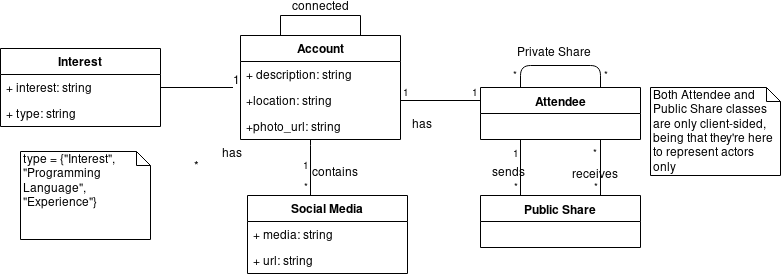
Above: assets/domain-model.png in softeng-feup/open-cx-heapsdontlie (draw.io), before the change. Source tidied: cells renumbered, new cells last; positions are measured from the earlier drawing's top-left corner, leaving out a move shared by most shapes.
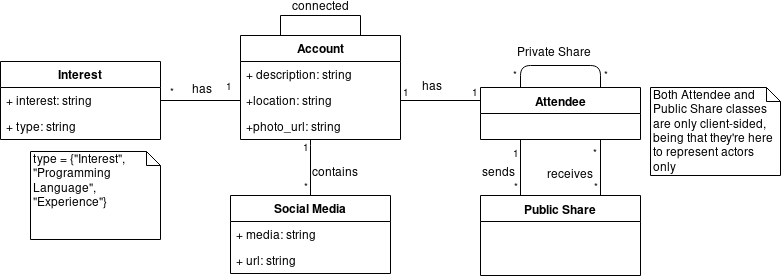
Above is the later version.

Diff of the diagram source:
```diff
@@ -3,7 +3,7 @@
     <mxCell id="0" />
     <mxCell id="1" parent="0" />
     <mxCell id="2" value="Public Share" style="swimlane;fontStyle=1;align=center;verticalAlign=top;horizontal=1;startSize=26;" parent="1" vertex="1">
-      <mxGeometry x="480" y="180" width="160" height="52" as="geometry" />
+      <mxGeometry x="480" y="180" width="160" height="80" as="geometry" />
     </mxCell>
     <mxCell id="3" style="endArrow=none;html=1;edgeStyle=orthogonalEdgeStyle;exitX=0.25;exitY=1;exitDx=0;exitDy=0;entryX=0.25;entryY=0;entryDx=0;entryDy=0;" parent="1" edge="1" source="8" target="2">
       <mxGeometry relative="1" as="geometry" />
@@ -17,7 +17,7 @@
       <mxGeometry x="1" relative="1" as="geometry" />
     </mxCell>
     <mxCell id="6" value="sends" style="text;html=1;align=left;verticalAlign=top;spacingTop=-4;" parent="1" vertex="1">
-      <mxGeometry x="490" y="148" width="50" height="20" as="geometry" />
+      <mxGeometry x="480" y="148" width="50" height="20" as="geometry" />
     </mxCell>
     <mxCell id="7" value="Private Share" style="text;html=1;align=left;verticalAlign=top;spacingTop=-4;" parent="1" vertex="1">
       <mxGeometry x="515" y="28" width="90" height="20" as="geometry" />
@@ -35,7 +35,7 @@
       <mxGeometry x="1" relative="1" as="geometry" />
     </mxCell>
     <mxCell id="12" value="has" style="text;html=1;align=left;verticalAlign=top;spacingTop=-4;" parent="1" vertex="1">
-      <mxGeometry x="410" y="100" width="40" height="20" as="geometry" />
+      <mxGeometry x="420" y="62" width="40" height="20" as="geometry" />
     </mxCell>
     <mxCell id="13" style="endArrow=none;html=1;edgeStyle=orthogonalEdgeStyle;exitX=0.5;exitY=1;exitDx=0;exitDy=0;entryX=0.5;entryY=0;entryDx=0;entryDy=0;" parent="1" edge="1">
       <mxGeometry relative="1" as="geometry">
@@ -45,7 +45,7 @@
     </mxCell>
     <mxCell id="14" value="&lt;div&gt;1&lt;/div&gt;" style="html=1;align=left;verticalAlign=bottom;labelBackgroundColor=#ffffff;fontSize=10;" parent="13" vertex="1">
       <mxGeometry x="-1" relative="1" as="geometry">
-        <mxPoint x="-10" y="22" as="offset" />
+        <mxPoint x="-10" y="4" as="offset" />
       </mxGeometry>
     </mxCell>
     <mxCell id="15" value="&lt;div&gt;*&lt;/div&gt;" style="html=1;align=right;verticalAlign=bottom;labelBackgroundColor=#ffffff;fontSize=10;" parent="13" vertex="1">
@@ -86,7 +86,7 @@
       </mxGeometry>
     </mxCell>
     <mxCell id="23" value="&lt;div&gt;receives&lt;/div&gt;" style="text;html=1;align=left;verticalAlign=top;spacingTop=-4;" parent="1" vertex="1">
-      <mxGeometry x="570" y="150" width="60" height="20" as="geometry" />
+      <mxGeometry x="545" y="150" width="60" height="20" as="geometry" />
     </mxCell>
     <mxCell id="24" style="edgeStyle=orthogonalEdgeStyle;rounded=0;jettySize=auto;html=1;entryX=0.5;entryY=1;entryDx=0;entryDy=0;endArrow=none;endFill=0;" parent="1" edge="1" source="25" target="30">
       <mxGeometry relative="1" as="geometry">
@@ -97,7 +97,7 @@
       </mxGeometry>
     </mxCell>
     <mxCell id="25" value="Social Media" style="swimlane;fontStyle=1;horizontal=1;startSize=26;fillColor=none;" parent="1" vertex="1">
-      <mxGeometry x="247" y="180" width="160" height="78" as="geometry" />
+      <mxGeometry x="230" y="180" width="160" height="78" as="geometry" />
     </mxCell>
     <mxCell id="26" value="+ media: string" style="text;strokeColor=none;fillColor=none;align=left;verticalAlign=top;spacingLeft=4;spacingRight=4;overflow=hidden;" parent="25" vertex="1">
       <mxGeometry y="26" width="160" height="26" as="geometry" />
@@ -105,14 +105,14 @@
     <mxCell id="27" value="+ url: string&#10;" style="text;strokeColor=none;fillColor=none;align=left;verticalAlign=top;spacingLeft=4;spacingRight=4;overflow=hidden;" parent="25" vertex="1">
       <mxGeometry y="52" width="160" height="26" as="geometry" />
     </mxCell>
-    <mxCell id="28" style="edgeStyle=orthogonalEdgeStyle;rounded=0;jettySize=auto;html=1;endArrow=none;endFill=0;" parent="1" edge="1" source="30" target="34">
-      <mxGeometry relative="1" as="geometry" />
+    <mxCell id="28" style="edgeStyle=orthogonalEdgeStyle;rounded=0;jettySize=auto;html=1;endArrow=none;endFill=0;exitX=0;exitY=0.5;exitDx=0;exitDy=0;" parent="1" edge="1" source="32" target="34">
+      <mxGeometry relative="1" as="geometry">
+        <Array as="points">
+          <mxPoint x="240" y="85" />
+          <mxPoint x="240" y="85" />
+        </Array>
+      </mxGeometry>
     </mxCell>
-    <mxCell id="29" value="&lt;div&gt;1&lt;/div&gt;&lt;div&gt;&lt;br&gt;&lt;/div&gt;" style="text;html=1;align=center;verticalAlign=middle;labelBackgroundColor=#ffffff;" parent="28" vertex="1">
-      <mxGeometry x="-0.61" y="1" relative="1" as="geometry">
-        <mxPoint x="11" y="-1" as="offset" />
-      </mxGeometry>
-    </mxCell>
     <mxCell id="30" value="Account" style="swimlane;fontStyle=1;horizontal=1;startSize=26;fillColor=none;" parent="1" vertex="1">
       <mxGeometry x="240" y="20" width="160" height="104" as="geometry" />
     </mxCell>
@@ -126,7 +126,7 @@
       <mxGeometry y="78" width="160" height="26" as="geometry" />
     </mxCell>
     <mxCell id="34" value="Interest" style="swimlane;fontStyle=1;horizontal=1;startSize=26;fillColor=none;" parent="1" vertex="1">
-      <mxGeometry y="33" width="160" height="78" as="geometry" />
+      <mxGeometry y="46" width="160" height="78" as="geometry" />
     </mxCell>
     <mxCell id="35" value="+ interest: string" style="text;strokeColor=none;fillColor=none;align=left;verticalAlign=top;spacingLeft=4;spacingRight=4;overflow=hidden;" parent="34" vertex="1">
       <mxGeometry y="26" width="160" height="26" as="geometry" />
@@ -135,13 +135,10 @@
       <mxGeometry y="52" width="160" height="26" as="geometry" />
     </mxCell>
     <mxCell id="37" value="has" style="text;html=1;align=left;verticalAlign=top;spacingTop=-4;" parent="1" vertex="1">
-      <mxGeometry x="220" y="129" width="40" height="20" as="geometry" />
+      <mxGeometry x="190" y="65" width="40" height="20" as="geometry" />
     </mxCell>
-    <mxCell id="38" value="&lt;div&gt;*&lt;/div&gt;" style="text;html=1;align=left;verticalAlign=top;spacingTop=-4;" parent="1" vertex="1">
-      <mxGeometry x="192" y="142" width="20" height="20" as="geometry" />
-    </mxCell>
     <mxCell id="39" value="&lt;div&gt;type = {&quot;Interest&quot;, &lt;br&gt;&lt;/div&gt;&lt;div&gt;&quot;Programming Language&quot;,&lt;/div&gt;&lt;div&gt;&quot;Experience&quot;}&lt;br&gt;&lt;/div&gt;" style="shape=note;whiteSpace=wrap;html=1;size=14;verticalAlign=top;align=left;spacingTop=-6;" parent="1" vertex="1">
-      <mxGeometry x="20" y="136" width="130" height="88" as="geometry" />
+      <mxGeometry x="30" y="136" width="130" height="88" as="geometry" />
     </mxCell>
     <mxCell id="40" style="edgeStyle=orthogonalEdgeStyle;rounded=0;orthogonalLoop=1;jettySize=auto;html=1;exitX=0.25;exitY=0;exitDx=0;exitDy=0;entryX=0.75;entryY=0;entryDx=0;entryDy=0;endArrow=none;endFill=0;" parent="1" edge="1" source="30" target="30">
       <mxGeometry relative="1" as="geometry">
@@ -159,5 +156,15 @@
     <mxCell id="42" value="Both Attendee and Public Share classes are only client-sided, being that they're here to represent actors only" style="shape=note;whiteSpace=wrap;html=1;size=14;verticalAlign=top;align=left;spacingTop=-6;" parent="1" vertex="1">
       <mxGeometry x="650" y="72" width="130" height="88" as="geometry" />
     </mxCell>
+    <mxCell id="29" value="&lt;div&gt;1&lt;/div&gt;" style="html=1;align=left;verticalAlign=bottom;labelBackgroundColor=#ffffff;fontSize=10;" parent="1" vertex="1">
+      <mxGeometry x="360" y="90" as="geometry">
+        <mxPoint x="-137" y="-11" as="offset" />
+      </mxGeometry>
+    </mxCell>
+    <mxCell id="38" value="&lt;div&gt;*&lt;/div&gt;" style="html=1;align=right;verticalAlign=bottom;labelBackgroundColor=#ffffff;fontSize=10;" parent="1" vertex="1">
+      <mxGeometry x="330" y="190" as="geometry">
+        <mxPoint x="-154" y="-105" as="offset" />
+      </mxGeometry>
+    </mxCell>
   </root>
 </mxGraphModel>
```
